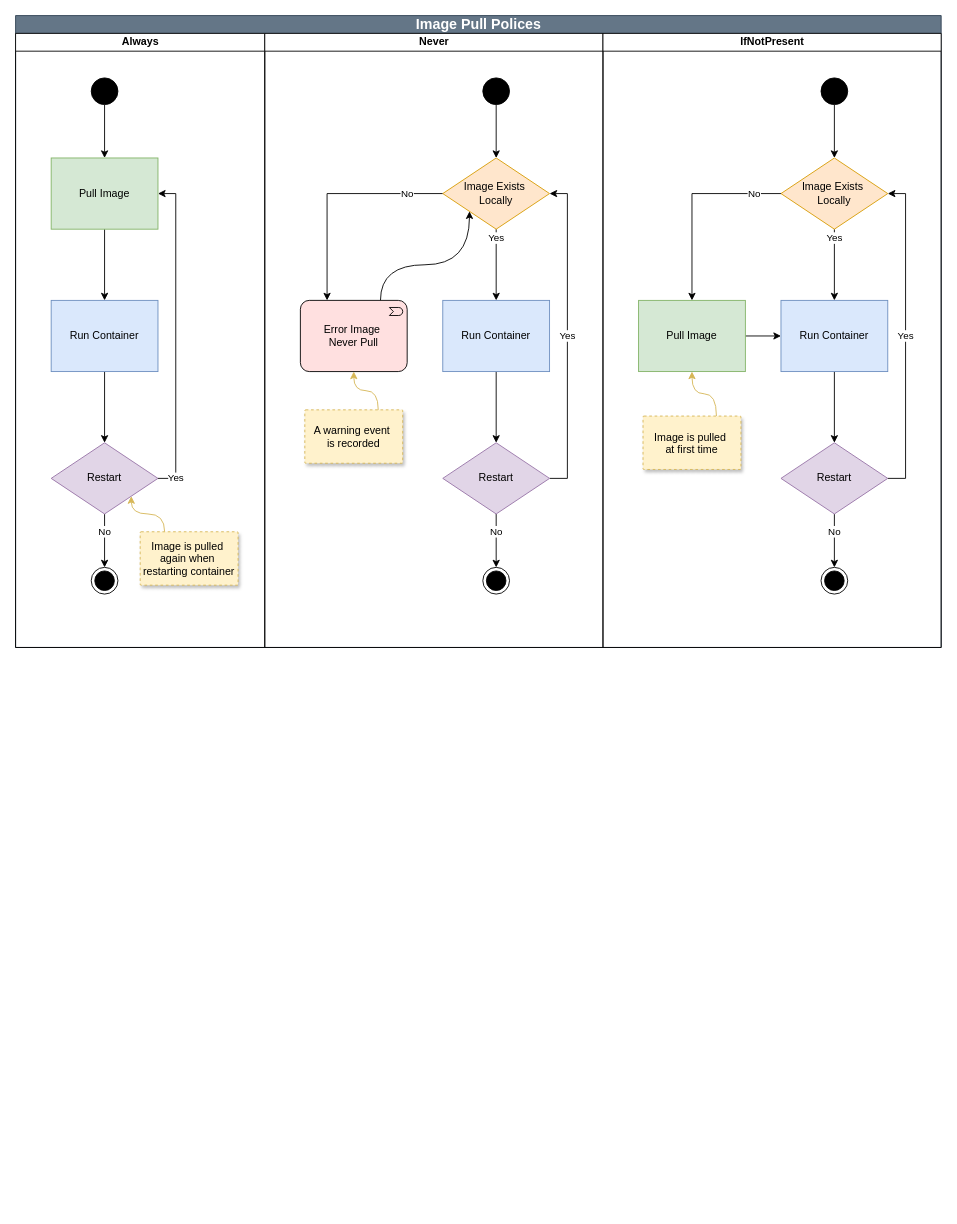
Before: page "Policies" (3 of 4) of st/k8s_common.drawio in gaivin/drawio, a draw.io diagram. Source tidied: cells renumbered, new cells numbered last; positions are measured from the earlier drawing's top-left corner, leaving out a move shared by most shapes. Both pictures are drawn from the tidied source at 89%, with x=0, y=0 at pixel (15, 15).
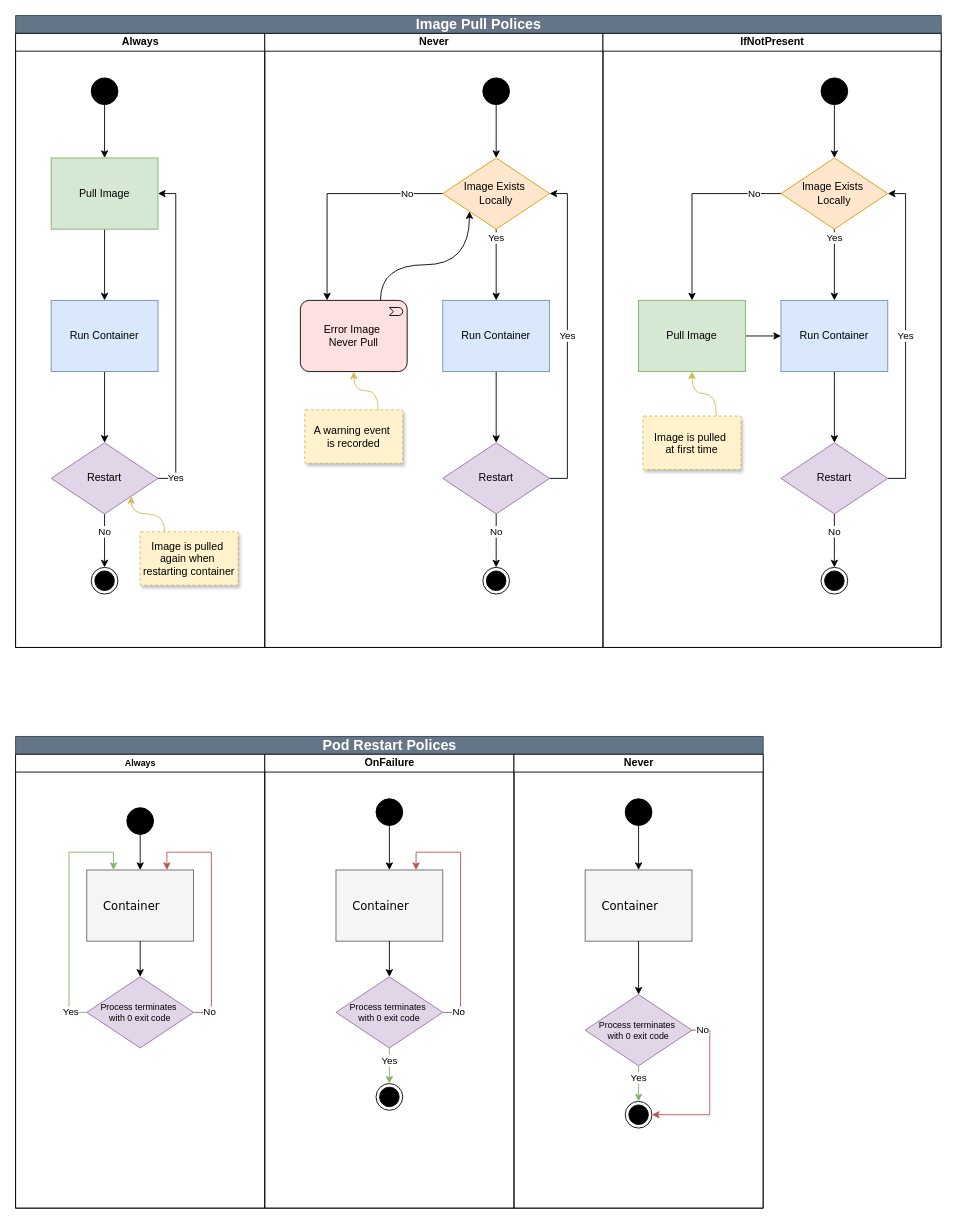
The same page after the edit.

Commit message:
Add restart policies

Change to the diagram source:
```diff
@@
+    <mxCell id="48" value="Pod Restart Polices" style="swimlane;startSize=20;html=1;fontSize=16;fillColor=#647687;fontColor=#ffffff;strokeColor=#314354;" parent="1" vertex="1">
+      <mxGeometry y="810" width="840" height="530" as="geometry" />
+    </mxCell>
+    <mxCell id="49" value="Always" style="swimlane;startSize=20;html=1;fontSize=10;" parent="48" vertex="1">
+      <mxGeometry y="20" width="280" height="510" as="geometry" />
+    </mxCell>
+    <mxCell id="50" style="ellipse;fillColor=strokeColor;html=1;" parent="49" vertex="1">
+      <mxGeometry x="125" y="60" width="30" height="30" as="geometry" />
+    </mxCell>
+    <mxCell id="51" value="OnFailure" style="swimlane;startSize=20;html=1;" parent="48" vertex="1">
+      <mxGeometry x="280" y="20" width="280" height="510" as="geometry" />
+    </mxCell>
+    <mxCell id="52" value="Process terminates&amp;nbsp;&lt;div&gt;with 0 exit code&lt;/div&gt;" style="rhombus;whiteSpace=wrap;html=1;fontSize=10;fillColor=#e1d5e7;strokeColor=#9673a6;rounded=0;" parent="51" vertex="1">
+      <mxGeometry x="-200" y="250" width="120" height="80" as="geometry" />
+    </mxCell>
+    <mxCell id="53" style="ellipse;html=1;shape=endState;fillColor=strokeColor;" parent="51" vertex="1">
+      <mxGeometry x="125" y="370" width="30" height="30" as="geometry" />
+    </mxCell>
+    <mxCell id="54" value="Process terminates&amp;nbsp;&lt;div&gt;with 0 exit code&lt;/div&gt;" style="rhombus;whiteSpace=wrap;html=1;fontSize=10;fillColor=#e1d5e7;strokeColor=#9673a6;rounded=0;" parent="51" vertex="1">
+      <mxGeometry x="80" y="250" width="120" height="80" as="geometry" />
+    </mxCell>
+    <mxCell id="55" value="Yes" style="edgeStyle=orthogonalEdgeStyle;rounded=0;jettySize=auto;html=1;exitX=0.5;exitY=1;exitDx=0;exitDy=0;entryX=0.5;entryY=0;entryDx=0;entryDy=0;fillColor=#d5e8d4;strokeColor=#82b366;" parent="51" edge="1" source="54" target="53">
+      <mxGeometry x="-0.36" relative="1" as="geometry">
+        <mxPoint y="1" as="offset" />
+      </mxGeometry>
+    </mxCell>
+    <mxCell id="56" value="Never" style="swimlane;startSize=20;html=1;" parent="48" vertex="1">
+      <mxGeometry x="560" y="20" width="280" height="510" as="geometry" />
+    </mxCell>
+    <mxCell id="57" style="ellipse;fillColor=strokeColor;html=1;" parent="56" vertex="1">
+      <mxGeometry x="125" y="50" width="30" height="30" as="geometry" />
+    </mxCell>
+    <mxCell id="58" style="group;" parent="56" vertex="1">
+      <mxGeometry x="80" y="130" width="120" height="80" as="geometry" />
+    </mxCell>
+    <mxCell id="59" style="rounded=0;whiteSpace=wrap;html=1;fillColor=#f5f5f5;fontSize=13;labelPosition=center;verticalLabelPosition=middle;align=center;verticalAlign=middle;fontColor=#333333;strokeColor=#666666;" parent="58" vertex="1">
+      <mxGeometry width="120" height="80" as="geometry" />
+    </mxCell>
+    <mxCell id="60" value="Container" style="text;html=1;align=center;verticalAlign=middle;whiteSpace=wrap;rounded=0;fontSize=13;fontFamily=Verdana;" parent="58" vertex="1">
+      <mxGeometry x="12" y="24.2" width="77" height="31.5" as="geometry" />
+    </mxCell>
+    <mxCell id="61" style="edgeStyle=orthogonalEdgeStyle;rounded=0;jettySize=auto;html=1;entryX=0.5;entryY=0;entryDx=0;entryDy=0;" parent="56" edge="1" source="57" target="59">
+      <mxGeometry relative="1" as="geometry" />
+    </mxCell>
+    <mxCell id="62" style="ellipse;html=1;shape=endState;fillColor=strokeColor;" parent="56" vertex="1">
+      <mxGeometry x="125" y="390" width="30" height="30" as="geometry" />
+    </mxCell>
+    <mxCell id="63" value="Process terminates&amp;nbsp;&lt;div&gt;with 0 exit code&lt;/div&gt;" style="rhombus;whiteSpace=wrap;html=1;fontSize=10;fillColor=#e1d5e7;strokeColor=#9673a6;rounded=0;" parent="56" vertex="1">
+      <mxGeometry x="80" y="270" width="120" height="80" as="geometry" />
+    </mxCell>
+    <mxCell id="64" value="Yes" style="edgeStyle=orthogonalEdgeStyle;rounded=0;jettySize=auto;html=1;exitX=0.5;exitY=1;exitDx=0;exitDy=0;entryX=0.5;entryY=0;entryDx=0;entryDy=0;fillColor=#d5e8d4;strokeColor=#82b366;" parent="56" edge="1" source="63" target="62">
+      <mxGeometry x="-0.36" relative="1" as="geometry">
+        <mxPoint y="1" as="offset" />
+      </mxGeometry>
+    </mxCell>
+    <mxCell id="65" value="No" style="edgeStyle=orthogonalEdgeStyle;rounded=0;jettySize=auto;html=1;exitX=1;exitY=0.5;exitDx=0;exitDy=0;entryX=1;entryY=0.5;entryDx=0;entryDy=0;fillColor=#f8cecc;strokeColor=#b85450;" parent="56" edge="1" source="63" target="62">
+      <mxGeometry x="-0.87" relative="1" as="geometry" />
+    </mxCell>
+    <mxCell id="66" style="edgeStyle=orthogonalEdgeStyle;rounded=0;jettySize=auto;html=1;" parent="56" edge="1" source="59" target="63">
+      <mxGeometry relative="1" as="geometry" />
+    </mxCell>
+    <mxCell id="67" style="group;" parent="1" vertex="1">
+      <mxGeometry x="80" y="960" width="120" height="80" as="geometry" />
+    </mxCell>
+    <mxCell id="68" style="rounded=0;whiteSpace=wrap;html=1;fillColor=#f5f5f5;fontSize=13;labelPosition=center;verticalLabelPosition=middle;align=center;verticalAlign=middle;fontColor=#333333;strokeColor=#666666;" parent="67" vertex="1">
+      <mxGeometry width="120" height="80" as="geometry" />
+    </mxCell>
+    <mxCell id="69" value="Container" style="text;html=1;align=center;verticalAlign=middle;whiteSpace=wrap;rounded=0;fontSize=13;fontFamily=Verdana;" parent="67" vertex="1">
+      <mxGeometry x="12" y="24.2" width="77" height="31.5" as="geometry" />
+    </mxCell>
+    <mxCell id="70" style="edgeStyle=orthogonalEdgeStyle;rounded=0;jettySize=auto;html=1;" parent="1" edge="1" source="68" target="52">
+      <mxGeometry relative="1" as="geometry" />
+    </mxCell>
+    <mxCell id="71" value="Yes" style="edgeStyle=orthogonalEdgeStyle;rounded=0;jettySize=auto;html=1;exitX=0;exitY=0.5;exitDx=0;exitDy=0;entryX=0.25;entryY=0;entryDx=0;entryDy=0;fillColor=#d5e8d4;strokeColor=#82b366;" parent="1" edge="1" source="52" target="68">
+      <mxGeometry x="-0.87" relative="1" as="geometry">
+        <Array as="points">
+          <mxPoint x="60" y="1120" />
+          <mxPoint x="60" y="940" />
+          <mxPoint x="110" y="940" />
+        </Array>
+      </mxGeometry>
+    </mxCell>
+    <mxCell id="72" value="No" style="edgeStyle=orthogonalEdgeStyle;rounded=0;jettySize=auto;html=1;exitX=1;exitY=0.5;exitDx=0;exitDy=0;entryX=0.75;entryY=0;entryDx=0;entryDy=0;fillColor=#f8cecc;strokeColor=#b85450;" parent="1" edge="1" source="52" target="68">
+      <mxGeometry x="-0.87" relative="1" as="geometry" />
+    </mxCell>
+    <mxCell id="73" style="edgeStyle=orthogonalEdgeStyle;rounded=0;jettySize=auto;html=1;entryX=0.5;entryY=0;entryDx=0;entryDy=0;" parent="1" edge="1" source="50" target="68">
+      <mxGeometry relative="1" as="geometry" />
+    </mxCell>
+    <mxCell id="74" style="ellipse;fillColor=strokeColor;html=1;" parent="1" vertex="1">
+      <mxGeometry x="405" y="880" width="30" height="30" as="geometry" />
+    </mxCell>
+    <mxCell id="75" style="group;" parent="1" vertex="1">
+      <mxGeometry x="360" y="960" width="120" height="80" as="geometry" />
+    </mxCell>
+    <mxCell id="76" style="rounded=0;whiteSpace=wrap;html=1;fillColor=#f5f5f5;fontSize=13;labelPosition=center;verticalLabelPosition=middle;align=center;verticalAlign=middle;fontColor=#333333;strokeColor=#666666;" parent="75" vertex="1">
+      <mxGeometry width="120" height="80" as="geometry" />
+    </mxCell>
+    <mxCell id="77" value="Container" style="text;html=1;align=center;verticalAlign=middle;whiteSpace=wrap;rounded=0;fontSize=13;fontFamily=Verdana;" parent="75" vertex="1">
+      <mxGeometry x="12" y="24.2" width="77" height="31.5" as="geometry" />
+    </mxCell>
+    <mxCell id="78" style="edgeStyle=orthogonalEdgeStyle;rounded=0;jettySize=auto;html=1;" parent="1" edge="1" source="76" target="54">
+      <mxGeometry relative="1" as="geometry" />
+    </mxCell>
+    <mxCell id="79" value="No" style="edgeStyle=orthogonalEdgeStyle;rounded=0;jettySize=auto;html=1;exitX=1;exitY=0.5;exitDx=0;exitDy=0;entryX=0.75;entryY=0;entryDx=0;entryDy=0;fillColor=#f8cecc;strokeColor=#b85450;" parent="1" edge="1" source="54" target="76">
+      <mxGeometry x="-0.87" relative="1" as="geometry" />
+    </mxCell>
+    <mxCell id="80" style="edgeStyle=orthogonalEdgeStyle;rounded=0;jettySize=auto;html=1;entryX=0.5;entryY=0;entryDx=0;entryDy=0;" parent="1" edge="1" source="74" target="76">
+      <mxGeometry relative="1" as="geometry" />
+    </mxCell>
```
